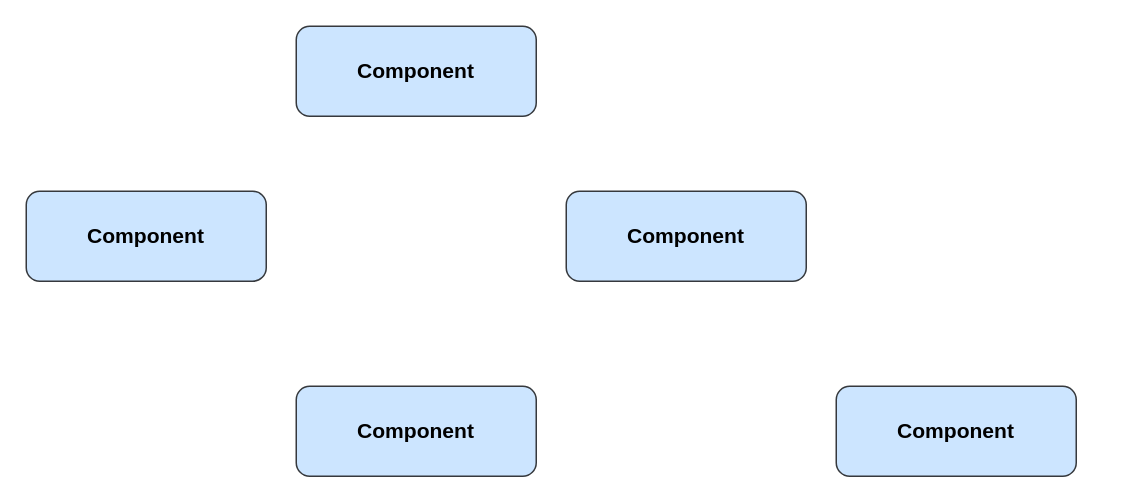
The draw.io diagram ReactFlowChart.drawio in Mixer27/charts, before the edit. Source tidied: cells renumbered, new cells numbered last; positions are measured from the earlier drawing's top-left corner, leaving out a move shared by most shapes. Both pictures are drawn from the tidied source at 150%, with x=0, y=0 at pixel (26, 26).
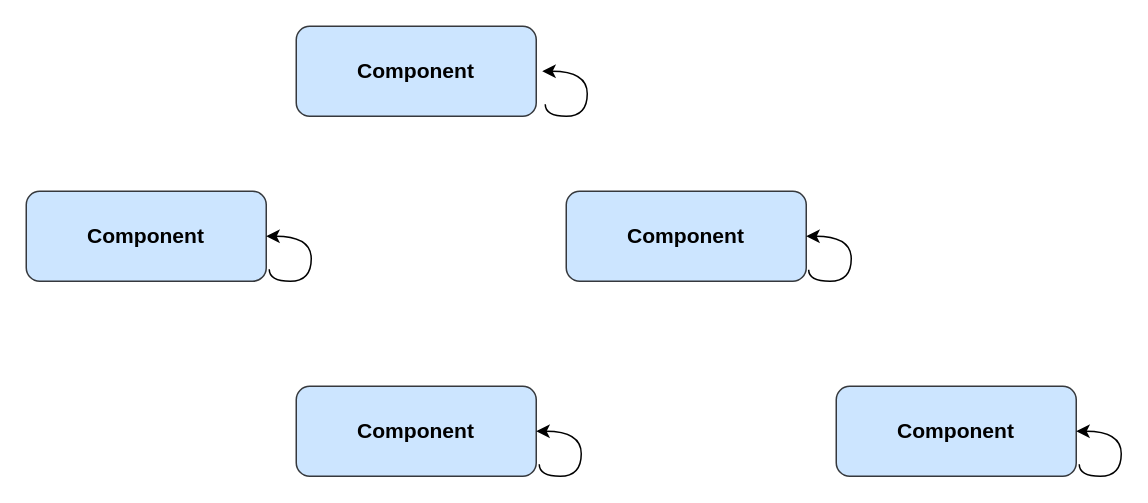
The same page after the edit.

Unchanged cells that the change refers to:
```xml
<mxCell id="4" value="&lt;h3&gt;Component&lt;/h3&gt;" style="rounded=1;whiteSpace=wrap;html=1;align=center;fillColor=#cce5ff;strokeColor=#36393d;" parent="1" vertex="1">
  <mxGeometry x="360" y="110" width="160" height="60" as="geometry" />
</mxCell>
```

Diff of the diagram source:
```diff
@@
+    <mxCell id="7" style="endArrow=classic;html=1;rounded=0;edgeStyle=orthogonalEdgeStyle;strokeColor=default;curved=1;entryX=1;entryY=0.5;entryDx=0;entryDy=0;exitX=1.01;exitY=0.873;exitDx=0;exitDy=0;exitPerimeter=0;" parent="1" edge="1" source="4" target="4">
+      <mxGeometry relative="1" as="geometry">
+        <Array as="points">
+          <mxPoint x="522" y="170" />
+          <mxPoint x="550" y="170" />
+          <mxPoint x="550" y="140" />
+        </Array>
+      </mxGeometry>
+    </mxCell>
+    <mxCell id="8" style="endArrow=classic;html=1;rounded=0;edgeStyle=orthogonalEdgeStyle;strokeColor=default;curved=1;entryX=1;entryY=0.5;entryDx=0;entryDy=0;exitX=1.01;exitY=0.873;exitDx=0;exitDy=0;exitPerimeter=0;" parent="1" edge="1">
+      <mxGeometry relative="1" as="geometry">
+        <mxPoint x="162" y="162" as="sourcePoint" />
+        <mxPoint x="160" y="140" as="targetPoint" />
+        <Array as="points">
+          <mxPoint x="162" y="170" />
+          <mxPoint x="190" y="170" />
+          <mxPoint x="190" y="140" />
+        </Array>
+      </mxGeometry>
+    </mxCell>
+    <mxCell id="9" style="endArrow=classic;html=1;rounded=0;edgeStyle=orthogonalEdgeStyle;strokeColor=default;curved=1;entryX=1;entryY=0.5;entryDx=0;entryDy=0;exitX=1.01;exitY=0.873;exitDx=0;exitDy=0;exitPerimeter=0;" parent="1" edge="1">
+      <mxGeometry relative="1" as="geometry">
+        <mxPoint x="702" y="292" as="sourcePoint" />
+        <mxPoint x="700" y="270" as="targetPoint" />
+        <Array as="points">
+          <mxPoint x="702" y="300" />
+          <mxPoint x="730" y="300" />
+          <mxPoint x="730" y="270" />
+        </Array>
+      </mxGeometry>
+    </mxCell>
+    <mxCell id="10" style="endArrow=classic;html=1;rounded=0;edgeStyle=orthogonalEdgeStyle;strokeColor=default;curved=1;entryX=1;entryY=0.5;entryDx=0;entryDy=0;exitX=1.01;exitY=0.873;exitDx=0;exitDy=0;exitPerimeter=0;" parent="1" edge="1">
+      <mxGeometry relative="1" as="geometry">
+        <mxPoint x="342" y="292" as="sourcePoint" />
+        <mxPoint x="340" y="270" as="targetPoint" />
+        <Array as="points">
+          <mxPoint x="342" y="300" />
+          <mxPoint x="370" y="300" />
+          <mxPoint x="370" y="270" />
+        </Array>
+      </mxGeometry>
+    </mxCell>
+    <mxCell id="11" style="endArrow=classic;html=1;rounded=0;edgeStyle=orthogonalEdgeStyle;strokeColor=default;curved=1;entryX=1;entryY=0.5;entryDx=0;entryDy=0;exitX=1.01;exitY=0.873;exitDx=0;exitDy=0;exitPerimeter=0;" parent="1" edge="1">
+      <mxGeometry relative="1" as="geometry">
+        <mxPoint x="346" y="52" as="sourcePoint" />
+        <mxPoint x="344" y="30" as="targetPoint" />
+        <Array as="points">
+          <mxPoint x="346" y="60" />
+          <mxPoint x="374" y="60" />
+          <mxPoint x="374" y="30" />
+        </Array>
+      </mxGeometry>
+    </mxCell>
```
